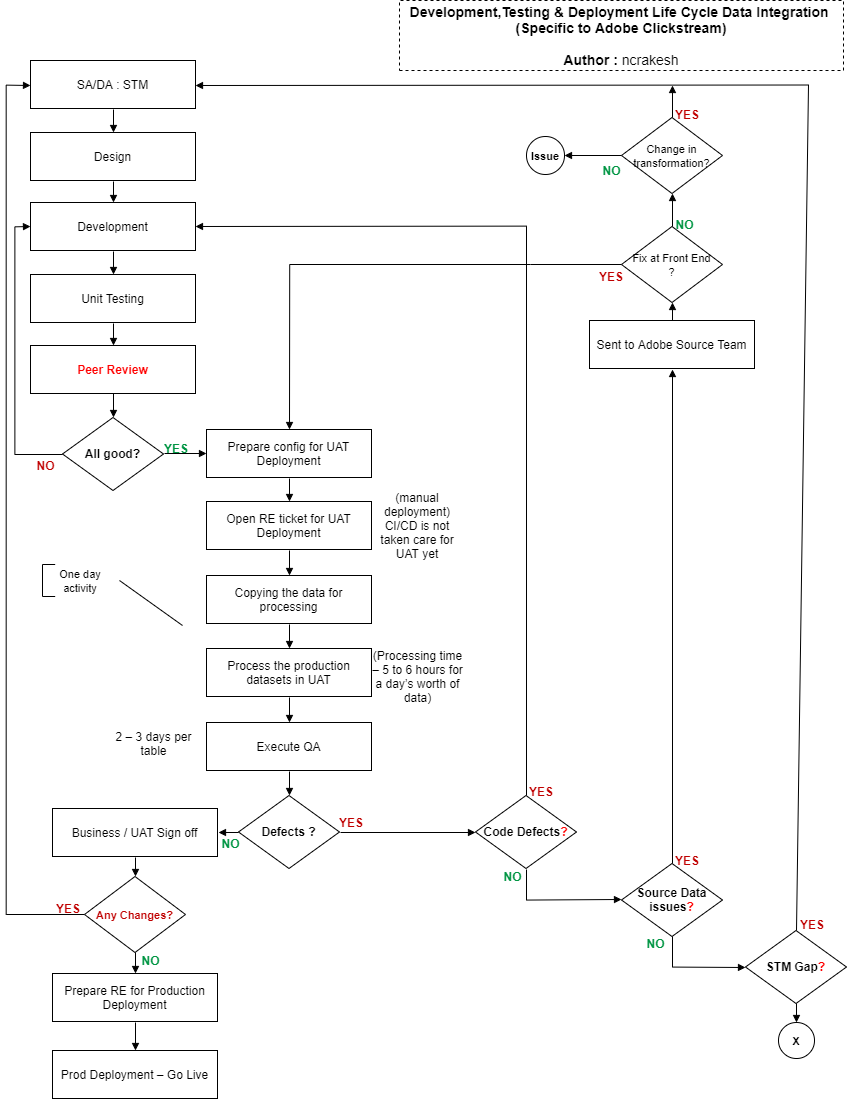
ncrakesh/whoami keeps this draw.io diagram as ProcessFlow/Development&Deployment-LifeCycle-AdobeClickstream.png. Above is the earlier version. Source tidied: cells renumbered, new cells last; positions are measured from the earlier drawing's top-left corner, leaving out a move shared by most shapes.
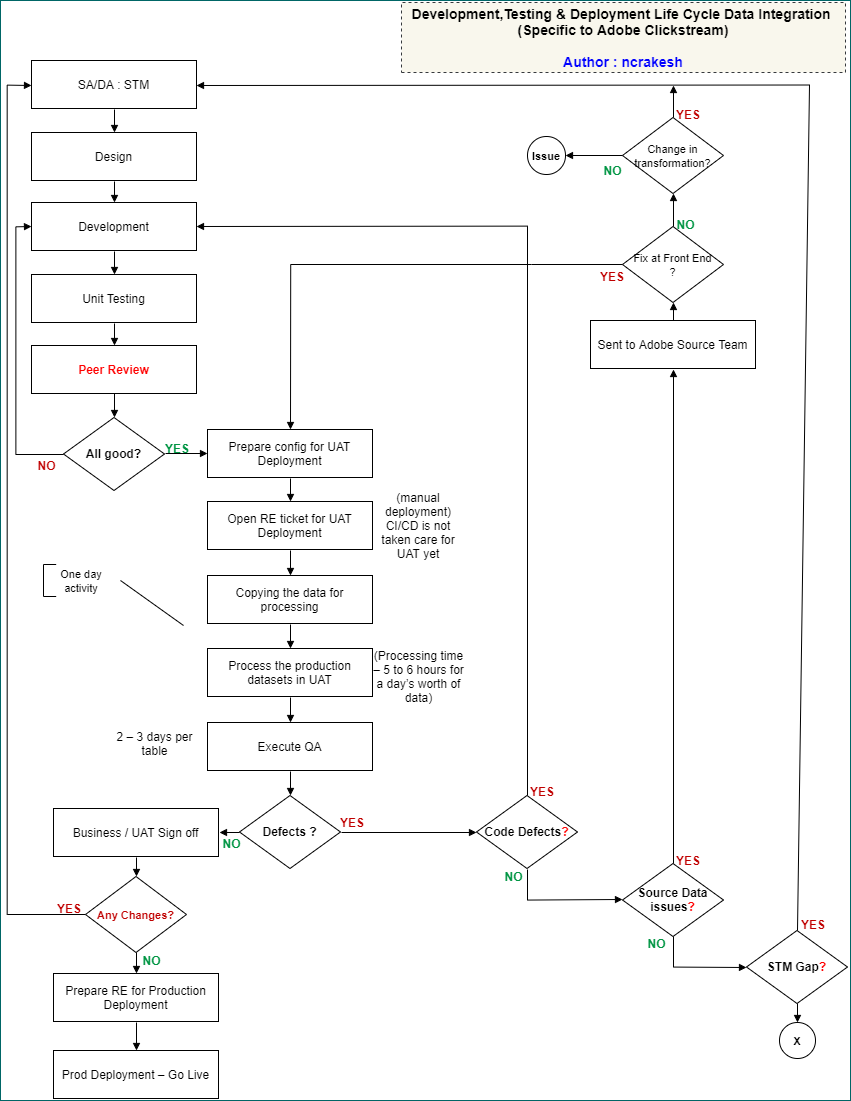
Later version of the same file.

The edit, as a diff of the source:
```diff
@@ -2,6 +2,9 @@
   <root>
     <mxCell id="0" />
     <mxCell id="1" value="Flowchart" parent="0" />
+    <mxCell id="88" style="rounded=0;whiteSpace=wrap;html=1;strokeColor=#006666;" parent="1" vertex="1">
+      <mxGeometry x="-7" width="850" height="1100" as="geometry" />
+    </mxCell>
     <mxCell id="2" value="&lt;font style=&quot;font-size:12px;font-family:Arial;color:#000000;direction:ltr;letter-spacing:0px;line-height:120%;opacity:1&quot;&gt;SA/DA : STM&lt;br/&gt;&lt;/font&gt;" style="verticalAlign=middle;align=center;vsdxID=1;fillColor=#FFFFFF;gradientColor=none;shape=(stored shape, 160 characters);strokeColor=#000000;spacingTop=-1;spacingBottom=-1;spacingLeft=-1;spacingRight=-1;labelBackgroundColor=none;rounded=0;html=1;whiteSpace=wrap;" parent="1" vertex="1">
       <mxGeometry x="24" y="60" width="165" height="48" as="geometry" />
     </mxCell>
@@ -98,8 +101,8 @@
     <mxCell id="33" value="&lt;font style=&quot;font-size:11px;font-family:Arial;color:#000000;direction:ltr;letter-spacing:0px;line-height:120%;opacity:1&quot;&gt;&lt;b&gt;X&lt;br/&gt;&lt;/b&gt;&lt;/font&gt;" style="verticalAlign=middle;align=center;vsdxID=49;fillColor=#FFFFFF;gradientColor=none;shape=(stored shape, 212 characters);strokeColor=#000000;spacingTop=-1;spacingBottom=-1;spacingLeft=-1;spacingRight=-1;labelBackgroundColor=none;rounded=0;html=1;whiteSpace=wrap;" parent="1" vertex="1">
       <mxGeometry x="772" y="1022" width="36" height="36" as="geometry" />
     </mxCell>
-    <mxCell id="34" value="&lt;font style=&quot;font-size: 14px ; font-family: &amp;#34;arial&amp;#34; ; direction: ltr ; letter-spacing: 0px ; line-height: 120% ; opacity: 1&quot;&gt;&lt;b&gt;Development,Testing &amp;amp; Deployment Life Cycle Data Integration&amp;nbsp;&lt;br&gt;(Specific to Adobe Clickstream)&lt;br&gt;&lt;br&gt;Author :&amp;nbsp;&lt;/b&gt;ncrakesh&lt;br&gt;&lt;/font&gt;" style="verticalAlign=middle;align=center;vsdxID=51;fillColor=none;gradientColor=none;shape=(stored shape, 160 characters);dashed=1;strokeColor=#000000;spacingTop=-1;spacingBottom=-1;spacingLeft=-1;spacingRight=-1;labelBackgroundColor=none;rounded=0;html=1;whiteSpace=wrap;" parent="1" vertex="1">
-      <mxGeometry x="393" width="444" height="70" as="geometry" />
+    <mxCell id="34" value="&lt;font style=&quot;font-size: 14px ; font-family: &amp;#34;arial&amp;#34; ; direction: ltr ; letter-spacing: 0px ; line-height: 120% ; opacity: 1&quot;&gt;&lt;b&gt;Development,Testing &amp;amp; Deployment Life Cycle Data Integration&amp;nbsp;&lt;br&gt;(Specific to Adobe Clickstream)&lt;br&gt;&lt;br&gt;&lt;font color=&quot;#0000ff&quot;&gt;Author :&amp;nbsp;ncrakesh&lt;/font&gt;&lt;/b&gt;&lt;br&gt;&lt;/font&gt;" style="verticalAlign=middle;align=center;vsdxID=51;fillColor=#f9f7ed;shape=(stored shape, 160 characters);dashed=1;strokeColor=#36393d;spacingTop=-1;spacingBottom=-1;spacingLeft=-1;spacingRight=-1;labelBackgroundColor=none;rounded=0;html=1;whiteSpace=wrap;" parent="1" vertex="1">
+      <mxGeometry x="394" y="2" width="444" height="70" as="geometry" />
     </mxCell>
     <mxCell id="35" style="vsdxID=52;rotation=270;fillColor=none;gradientColor=none;strokeColor=none;spacingTop=-1;spacingBottom=-1;spacingLeft=-1;spacingRight=-1;labelBackgroundColor=none;rounded=0;html=1;whiteSpace=wrap;" parent="1" vertex="1">
       <mxGeometry x="59" y="542" width="32" height="76" as="geometry" />
```
